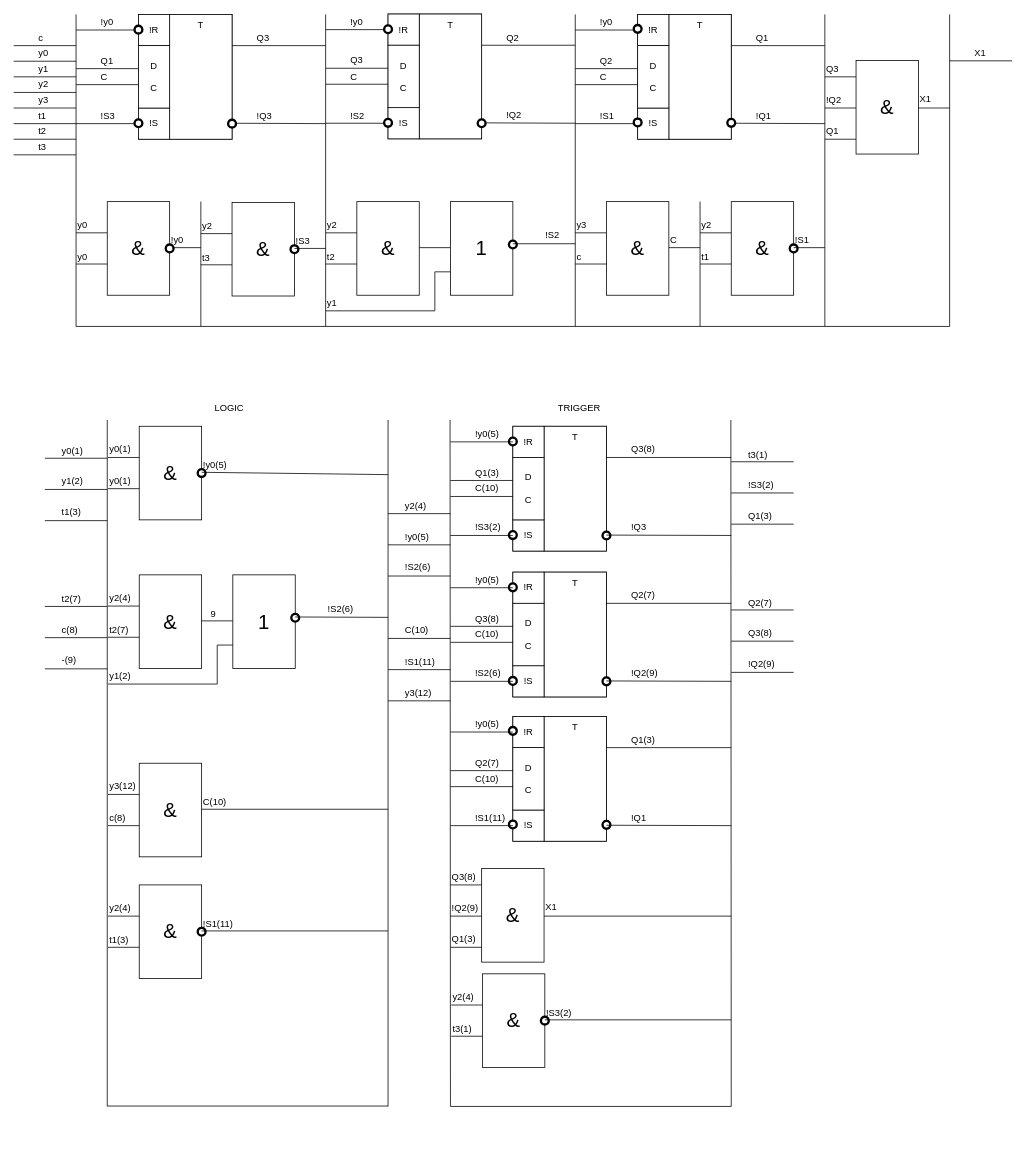
nayutalienx/digital_circuits keeps this draw.io diagram as d_based_register.drawio. Above is the earlier version. Source tidied: cells renumbered, new cells numbered last; positions are measured from the earlier drawing's top-left corner, leaving out a move shared by most shapes. Both pictures are drawn from the tidied source at 78%, with x=0, y=0 at pixel (13, 14).
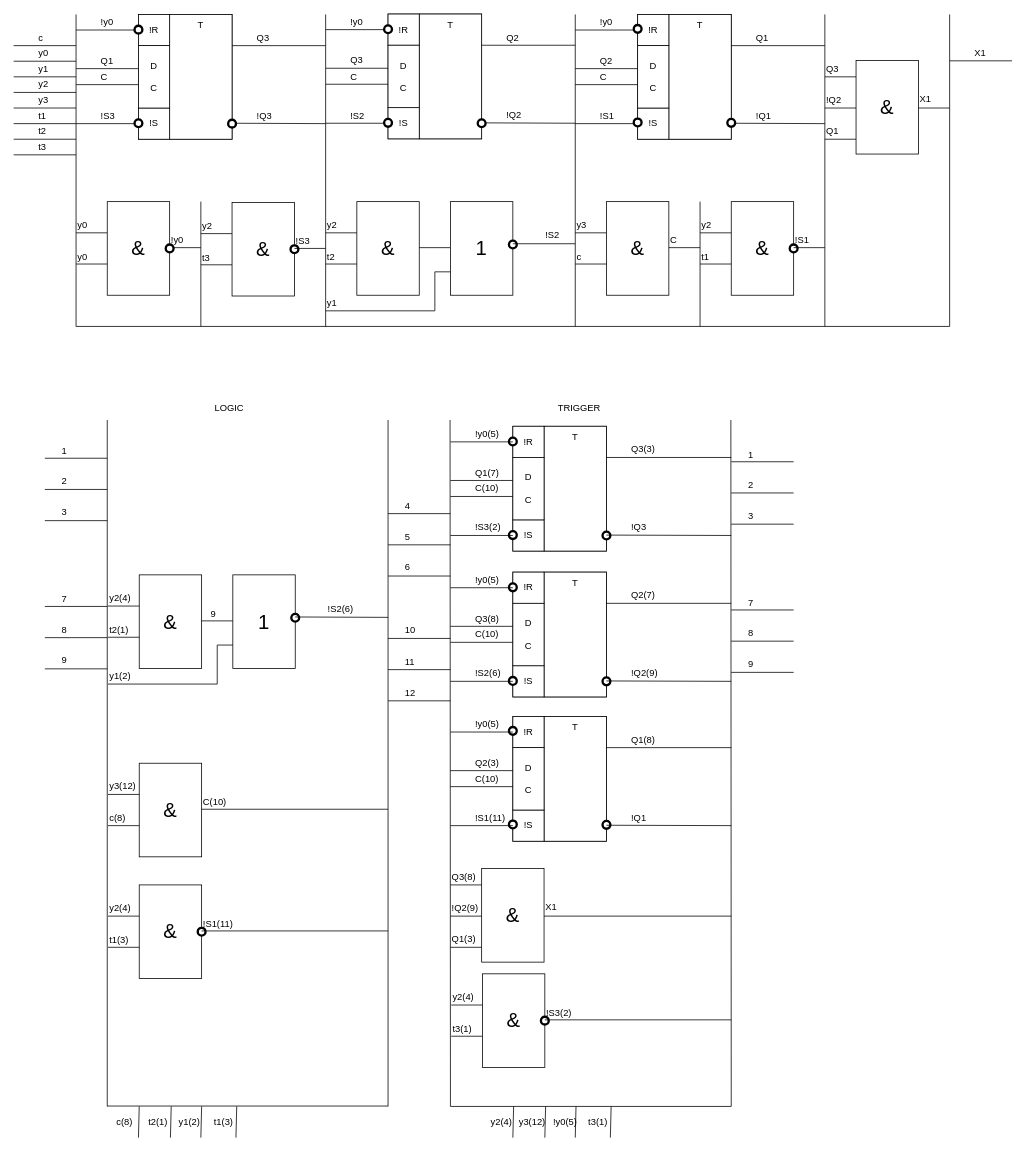
After the change.

Change to the diagram source:
```diff
@@
-    <mxCell id="156" value="y2(4)" style="text;html=1;align=left;verticalAlign=top;spacingTop=-4;" parent="1" vertex="1">
-      <mxGeometry x="500" y="621" width="40" height="20" as="geometry" />
+    <mxCell id="156" value="4" style="text;html=1;align=left;verticalAlign=top;spacingTop=-4;" parent="1" vertex="1">
+      <mxGeometry x="500" y="621" width="20" height="20" as="geometry" />
     </mxCell>
-    <mxCell id="157" value="!y0(5)" style="text;html=1;align=left;verticalAlign=top;spacingTop=-4;" parent="1" vertex="1">
-      <mxGeometry x="500" y="660" width="50" height="20" as="geometry" />
+    <mxCell id="157" value="5" style="text;html=1;align=left;verticalAlign=top;spacingTop=-4;" parent="1" vertex="1">
+      <mxGeometry x="500" y="660" width="20" height="20" as="geometry" />
     </mxCell>
-    <mxCell id="158" value="!S2(6)" style="text;html=1;align=left;verticalAlign=top;spacingTop=-4;" parent="1" vertex="1">
-      <mxGeometry x="500" y="699" width="50" height="20" as="geometry" />
+    <mxCell id="158" value="6" style="text;html=1;align=left;verticalAlign=top;spacingTop=-4;" parent="1" vertex="1">
+      <mxGeometry x="500" y="699" width="20" height="20" as="geometry" />
     </mxCell>
-    <mxCell id="159" value="C(10)" style="text;html=1;align=left;verticalAlign=top;spacingTop=-4;" parent="1" vertex="1">
-      <mxGeometry x="500" y="780" width="50" height="20" as="geometry" />
+    <mxCell id="159" value="10" style="text;html=1;align=left;verticalAlign=top;spacingTop=-4;" parent="1" vertex="1">
+      <mxGeometry x="500" y="780" width="30" height="20" as="geometry" />
     </mxCell>
-    <mxCell id="160" value="!S1(11)" style="text;html=1;align=left;verticalAlign=top;spacingTop=-4;" parent="1" vertex="1">
-      <mxGeometry x="500" y="820" width="50" height="20" as="geometry" />
+    <mxCell id="160" value="11" style="text;html=1;align=left;verticalAlign=top;spacingTop=-4;" parent="1" vertex="1">
+      <mxGeometry x="500" y="820" width="30" height="20" as="geometry" />
     </mxCell>
-    <mxCell id="161" value="y3(12)" style="text;html=1;align=left;verticalAlign=top;spacingTop=-4;" parent="1" vertex="1">
-      <mxGeometry x="500" y="860" width="50" height="20" as="geometry" />
+    <mxCell id="161" value="12" style="text;html=1;align=left;verticalAlign=top;spacingTop=-4;" parent="1" vertex="1">
+      <mxGeometry x="500" y="860" width="30" height="20" as="geometry" />
     </mxCell>
-    <mxCell id="162" value="y0(1)" style="text;html=1;align=left;verticalAlign=top;spacingTop=-4;" parent="1" vertex="1">
-      <mxGeometry x="60" y="550" width="40" height="20" as="geometry" />
+    <mxCell id="162" value="1" style="text;html=1;align=left;verticalAlign=top;spacingTop=-4;" parent="1" vertex="1">
+      <mxGeometry x="60" y="550" width="20" height="20" as="geometry" />
     </mxCell>
@@
-    <mxCell id="164" value="y1(2)" style="text;html=1;align=left;verticalAlign=top;spacingTop=-4;" parent="1" vertex="1">
-      <mxGeometry x="60" y="589" width="40" height="20" as="geometry" />
+    <mxCell id="164" value="2" style="text;html=1;align=left;verticalAlign=top;spacingTop=-4;" parent="1" vertex="1">
+      <mxGeometry x="60" y="589" width="20" height="20" as="geometry" />
     </mxCell>
@@
-    <mxCell id="166" value="t1(3)" style="text;html=1;align=left;verticalAlign=top;spacingTop=-4;" parent="1" vertex="1">
-      <mxGeometry x="60" y="628" width="40" height="20" as="geometry" />
+    <mxCell id="166" value="3" style="text;html=1;align=left;verticalAlign=top;spacingTop=-4;" parent="1" vertex="1">
+      <mxGeometry x="60" y="628" width="20" height="20" as="geometry" />
     </mxCell>
@@
-    <mxCell id="168" value="t2(7)" style="text;html=1;align=left;verticalAlign=top;spacingTop=-4;" parent="1" vertex="1">
-      <mxGeometry x="60" y="740" width="40" height="20" as="geometry" />
+    <mxCell id="168" value="7" style="text;html=1;align=left;verticalAlign=top;spacingTop=-4;" parent="1" vertex="1">
+      <mxGeometry x="60" y="740" width="20" height="20" as="geometry" />
     </mxCell>
@@
-    <mxCell id="170" value="c(8)" style="text;html=1;align=left;verticalAlign=top;spacingTop=-4;" parent="1" vertex="1">
-      <mxGeometry x="60" y="779" width="40" height="20" as="geometry" />
+    <mxCell id="170" value="8" style="text;html=1;align=left;verticalAlign=top;spacingTop=-4;" parent="1" vertex="1">
+      <mxGeometry x="60" y="779" width="20" height="20" as="geometry" />
     </mxCell>
@@
-    <mxCell id="172" value="-(9)" style="text;html=1;align=left;verticalAlign=top;spacingTop=-4;" parent="1" vertex="1">
-      <mxGeometry x="60" y="818" width="30" height="20" as="geometry" />
+    <mxCell id="172" value="9" style="text;html=1;align=left;verticalAlign=top;spacingTop=-4;" parent="1" vertex="1">
+      <mxGeometry x="60" y="818" width="20" height="20" as="geometry" />
     </mxCell>
@@
-    <mxCell id="174" value="t3(1)" style="text;html=1;align=left;verticalAlign=top;spacingTop=-4;" parent="1" vertex="1">
-      <mxGeometry x="940" y="554.5" width="40" height="20" as="geometry" />
+    <mxCell id="174" value="1" style="text;html=1;align=left;verticalAlign=top;spacingTop=-4;" parent="1" vertex="1">
+      <mxGeometry x="940" y="554.5" width="20" height="20" as="geometry" />
     </mxCell>
-    <mxCell id="175" value="!S3(2)" style="text;html=1;align=left;verticalAlign=top;spacingTop=-4;" parent="1" vertex="1">
-      <mxGeometry x="940" y="593.5" width="50" height="20" as="geometry" />
+    <mxCell id="175" value="2" style="text;html=1;align=left;verticalAlign=top;spacingTop=-4;" parent="1" vertex="1">
+      <mxGeometry x="940" y="593.5" width="20" height="20" as="geometry" />
     </mxCell>
-    <mxCell id="176" value="Q1(3)" style="text;html=1;align=left;verticalAlign=top;spacingTop=-4;" parent="1" vertex="1">
-      <mxGeometry x="940" y="632.5" width="50" height="20" as="geometry" />
+    <mxCell id="176" value="3" style="text;html=1;align=left;verticalAlign=top;spacingTop=-4;" parent="1" vertex="1">
+      <mxGeometry x="940" y="632.5" width="20" height="20" as="geometry" />
     </mxCell>
-    <mxCell id="177" value="Q2(7)" style="text;html=1;align=left;verticalAlign=top;spacingTop=-4;" parent="1" vertex="1">
-      <mxGeometry x="940" y="744.5" width="50" height="20" as="geometry" />
+    <mxCell id="177" value="7" style="text;html=1;align=left;verticalAlign=top;spacingTop=-4;" parent="1" vertex="1">
+      <mxGeometry x="940" y="744.5" width="20" height="20" as="geometry" />
     </mxCell>
-    <mxCell id="178" value="Q3(8)" style="text;html=1;align=left;verticalAlign=top;spacingTop=-4;" parent="1" vertex="1">
-      <mxGeometry x="940" y="783.5" width="50" height="20" as="geometry" />
+    <mxCell id="178" value="8" style="text;html=1;align=left;verticalAlign=top;spacingTop=-4;" parent="1" vertex="1">
+      <mxGeometry x="940" y="783.5" width="20" height="20" as="geometry" />
     </mxCell>
-    <mxCell id="179" value="!Q2(9)" style="text;html=1;align=left;verticalAlign=top;spacingTop=-4;" parent="1" vertex="1">
-      <mxGeometry x="940" y="822.5" width="50" height="20" as="geometry" />
+    <mxCell id="179" value="9" style="text;html=1;align=left;verticalAlign=top;spacingTop=-4;" parent="1" vertex="1">
+      <mxGeometry x="940" y="822.5" width="20" height="20" as="geometry" />
     </mxCell>
@@
-    <mxCell id="186" value="&lt;font style=&quot;font-size: 26px&quot;&gt;&amp;amp;&lt;/font&gt;" style="rounded=0;whiteSpace=wrap;html=1;" parent="1" vertex="1">
-      <mxGeometry x="161" y="528" width="80" height="120" as="geometry" />
-    </mxCell>
-    <mxCell id="187" style="shape=mxgraph.bpmn.shape;html=1;verticalLabelPosition=bottom;labelBackgroundColor=#ffffff;verticalAlign=top;align=center;perimeter=ellipsePerimeter;outline=end;symbol=general;" parent="1" vertex="1">
-      <mxGeometry x="236" y="583" width="10" height="10" as="geometry" />
-    </mxCell>
-    <mxCell id="188" value="y0(1)" style="text;html=1;align=left;verticalAlign=top;spacingTop=-4;" parent="1" vertex="1">
-      <mxGeometry x="121" y="589" width="40" height="20" as="geometry" />
-    </mxCell>
-    <mxCell id="189" value="y0(1)" style="text;html=1;align=left;verticalAlign=top;spacingTop=-4;" parent="1" vertex="1">
-      <mxGeometry x="121" y="548" width="40" height="20" as="geometry" />
-    </mxCell>
-    <mxCell id="190" style="endArrow=none;html=1;" parent="1" edge="1">
-      <mxGeometry relative="1" as="geometry">
-        <mxPoint x="121" y="568" as="sourcePoint" />
-        <mxPoint x="161" y="568" as="targetPoint" />
-      </mxGeometry>
-    </mxCell>
-    <mxCell id="191" style="endArrow=none;html=1;" parent="1" edge="1">
-      <mxGeometry relative="1" as="geometry">
-        <mxPoint x="121" y="608" as="sourcePoint" />
-        <mxPoint x="161" y="608" as="targetPoint" />
-      </mxGeometry>
-    </mxCell>
-    <mxCell id="192" style="endArrow=none;html=1;" parent="1" edge="1">
-      <mxGeometry relative="1" as="geometry">
-        <mxPoint x="241" y="587" as="sourcePoint" />
-        <mxPoint x="480" y="590" as="targetPoint" />
-      </mxGeometry>
-    </mxCell>
-    <mxCell id="193" value="!y0(5)" style="text;html=1;align=left;verticalAlign=top;spacingTop=-4;" parent="1" vertex="1">
-      <mxGeometry x="241" y="568" width="50" height="20" as="geometry" />
-    </mxCell>
@@
-    <mxCell id="207" value="Q1(3)" style="text;html=1;align=left;verticalAlign=top;spacingTop=-4;" parent="1" vertex="1">
+    <mxCell id="207" value="Q1(7)" style="text;html=1;align=left;verticalAlign=top;spacingTop=-4;" parent="1" vertex="1">
       <mxGeometry x="590" y="577.5" width="50" height="20" as="geometry" />
     </mxCell>
@@
-    <mxCell id="210" value="Q3(8)" style="text;html=1;align=left;verticalAlign=top;spacingTop=-4;" parent="1" vertex="1">
+    <mxCell id="210" value="Q3(3)" style="text;html=1;align=left;verticalAlign=top;spacingTop=-4;" parent="1" vertex="1">
       <mxGeometry x="790" y="548" width="50" height="20" as="geometry" />
     </mxCell>
@@
-    <mxCell id="247" value="Q2(7)" style="text;html=1;align=left;verticalAlign=top;spacingTop=-4;" parent="1" vertex="1">
+    <mxCell id="247" value="Q2(3)" style="text;html=1;align=left;verticalAlign=top;spacingTop=-4;" parent="1" vertex="1">
       <mxGeometry x="590" y="949.5" width="50" height="20" as="geometry" />
     </mxCell>
@@
-    <mxCell id="250" value="Q1(3)" style="text;html=1;align=left;verticalAlign=top;spacingTop=-4;" parent="1" vertex="1">
+    <mxCell id="250" value="Q1(8)" style="text;html=1;align=left;verticalAlign=top;spacingTop=-4;" parent="1" vertex="1">
       <mxGeometry x="790" y="920" width="50" height="20" as="geometry" />
     </mxCell>
@@
-    <mxCell id="296" value="t2(7)" style="text;html=1;align=left;verticalAlign=top;spacingTop=-4;" parent="1" vertex="1">
+    <mxCell id="296" value="t2(1)" style="text;html=1;align=left;verticalAlign=top;spacingTop=-4;" parent="1" vertex="1">
       <mxGeometry x="121" y="779.5" width="40" height="20" as="geometry" />
     </mxCell>
@@
+    <mxCell id="301" style="endArrow=none;html=1;" parent="1" edge="1">
+      <mxGeometry relative="1" as="geometry">
+        <mxPoint x="160" y="1440" as="sourcePoint" />
+        <mxPoint x="161" y="1400" as="targetPoint" />
+      </mxGeometry>
+    </mxCell>
+    <mxCell id="302" value="c(8)" style="text;html=1;align=left;verticalAlign=top;spacingTop=-4;" parent="1" vertex="1">
+      <mxGeometry x="130" y="1410" width="40" height="20" as="geometry" />
+    </mxCell>
+    <mxCell id="303" style="endArrow=none;html=1;" parent="1" edge="1">
+      <mxGeometry relative="1" as="geometry">
+        <mxPoint x="201" y="1440" as="sourcePoint" />
+        <mxPoint x="202" y="1400" as="targetPoint" />
+      </mxGeometry>
+    </mxCell>
+    <mxCell id="304" value="t2(1)" style="text;html=1;align=left;verticalAlign=top;spacingTop=-4;" parent="1" vertex="1">
+      <mxGeometry x="171" y="1410" width="40" height="20" as="geometry" />
+    </mxCell>
+    <mxCell id="305" style="endArrow=none;html=1;" parent="1" edge="1">
+      <mxGeometry relative="1" as="geometry">
+        <mxPoint x="240" y="1440" as="sourcePoint" />
+        <mxPoint x="241" y="1400" as="targetPoint" />
+      </mxGeometry>
+    </mxCell>
+    <mxCell id="306" value="y1(2)" style="text;html=1;align=left;verticalAlign=top;spacingTop=-4;" parent="1" vertex="1">
+      <mxGeometry x="210" y="1410" width="40" height="20" as="geometry" />
+    </mxCell>
+    <mxCell id="307" style="endArrow=none;html=1;" parent="1" edge="1">
+      <mxGeometry relative="1" as="geometry">
+        <mxPoint x="285" y="1440" as="sourcePoint" />
+        <mxPoint x="286" y="1400" as="targetPoint" />
+      </mxGeometry>
+    </mxCell>
+    <mxCell id="308" value="t1(3)" style="text;html=1;align=left;verticalAlign=top;spacingTop=-4;" parent="1" vertex="1">
+      <mxGeometry x="255" y="1410" width="40" height="20" as="geometry" />
+    </mxCell>
+    <mxCell id="309" style="endArrow=none;html=1;" parent="1" edge="1">
+      <mxGeometry relative="1" as="geometry">
+        <mxPoint x="640" y="1440" as="sourcePoint" />
+        <mxPoint x="641" y="1400" as="targetPoint" />
+      </mxGeometry>
+    </mxCell>
+    <mxCell id="310" value="y2(4)" style="text;html=1;align=left;verticalAlign=top;spacingTop=-4;" parent="1" vertex="1">
+      <mxGeometry x="610" y="1410" width="40" height="20" as="geometry" />
+    </mxCell>
+    <mxCell id="311" style="endArrow=none;html=1;" parent="1" edge="1">
+      <mxGeometry relative="1" as="geometry">
+        <mxPoint x="681" y="1440" as="sourcePoint" />
+        <mxPoint x="682" y="1400" as="targetPoint" />
+      </mxGeometry>
+    </mxCell>
+    <mxCell id="312" value="y3(12)" style="text;html=1;align=left;verticalAlign=top;spacingTop=-4;" parent="1" vertex="1">
+      <mxGeometry x="645.5" y="1410" width="50" height="20" as="geometry" />
+    </mxCell>
+    <mxCell id="313" style="endArrow=none;html=1;" parent="1" edge="1">
+      <mxGeometry relative="1" as="geometry">
+        <mxPoint x="720" y="1440" as="sourcePoint" />
+        <mxPoint x="721" y="1400" as="targetPoint" />
+      </mxGeometry>
+    </mxCell>
+    <mxCell id="193" value="!y0(5)" style="text;html=1;align=left;verticalAlign=top;spacingTop=-4;" parent="1" vertex="1">
+      <mxGeometry x="690" y="1410" width="50" height="20" as="geometry" />
+    </mxCell>
+    <mxCell id="314" style="endArrow=none;html=1;" parent="1" edge="1">
+      <mxGeometry relative="1" as="geometry">
+        <mxPoint x="765" y="1440" as="sourcePoint" />
+        <mxPoint x="766" y="1400" as="targetPoint" />
+      </mxGeometry>
+    </mxCell>
+    <mxCell id="315" value="t3(1)" style="text;html=1;align=left;verticalAlign=top;spacingTop=-4;" parent="1" vertex="1">
+      <mxGeometry x="735" y="1410" width="40" height="20" as="geometry" />
+    </mxCell>
```
